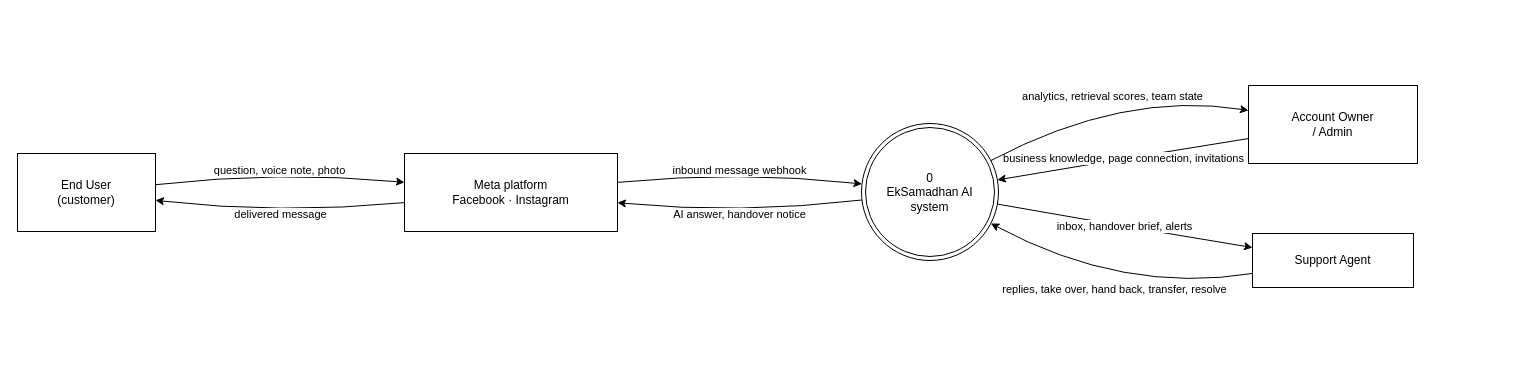
This is docs/system-design/draw.io/workflow-diagram/level-0-data-flow-diagram/level-0-data-flow-diagram.drawio from SayubShakya/eksamadhan-ai, a draw.io file, before an edit. Source tidied: cells renumbered, new cells numbered last; positions are measured from the earlier drawing's top-left corner, leaving out a move shared by most shapes. Both pictures are drawn from the tidied source at 100%, with x=0, y=0 at pixel (17, 85).
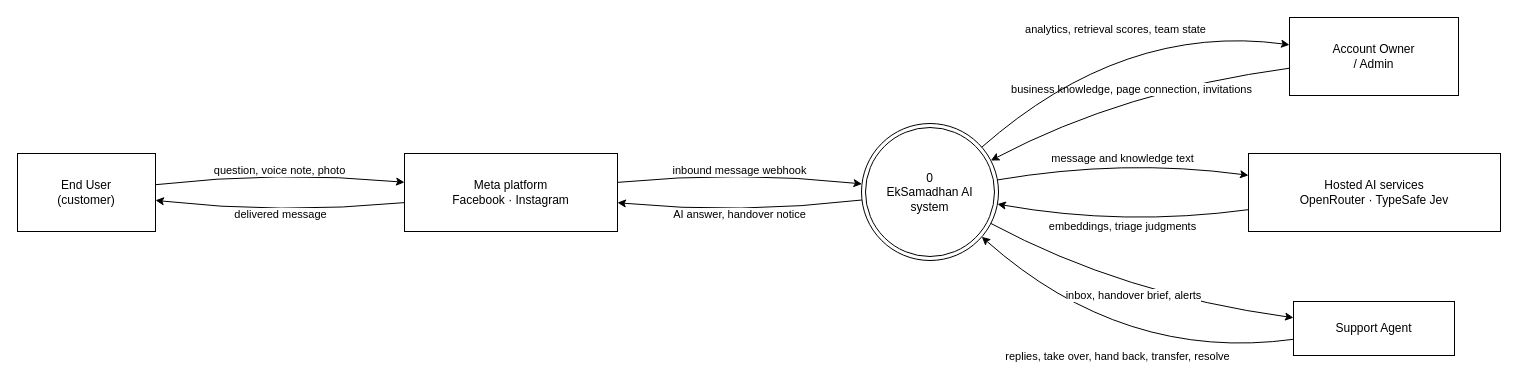
The same page after the edit.

Unchanged cells that the change refers to:
```xml
<mxCell id="6" value="0&lt;br/&gt;EkSamadhan AI&lt;br/&gt;system" style="ellipse;shape=doubleEllipse;whiteSpace=wrap;html=1;" parent="1" vertex="1">
  <mxGeometry x="844" y="38" width="137" height="137" as="geometry" />
</mxCell>
```

Change to the diagram source:
```diff
@@
     <mxCell id="3" value="Support Agent" style="rounded=0;whiteSpace=wrap;html=1;" parent="1" vertex="1">
-      <mxGeometry x="1235" y="148" width="161" height="54" as="geometry" />
+      <mxGeometry x="1276" y="216" width="161" height="54" as="geometry" />
     </mxCell>
     <mxCell id="4" value="Account Owner&lt;br/&gt;/ Admin" style="rounded=0;whiteSpace=wrap;html=1;" parent="1" vertex="1">
-      <mxGeometry x="1231" width="169" height="78" as="geometry" />
+      <mxGeometry x="1272" y="-68" width="169" height="78" as="geometry" />
     </mxCell>
@@
+    <mxCell id="15" value="Hosted AI services&lt;br/&gt;OpenRouter · TypeSafe Jev" style="rounded=0;whiteSpace=wrap;html=1;" parent="1" vertex="1">
+      <mxGeometry x="1231" y="68" width="252" height="78" as="geometry" />
+    </mxCell>
@@
-    <mxCell id="11" value="business knowledge, page connection, invitations" style="edgeStyle=none;curved=1;html=1;exitX=0.00;exitY=0.68;exitDx=0;exitDy=0;entryX=0.99;entryY=0.41;entryDx=0;entryDy=0;labelBackgroundColor=#FFFFFF;fontSize=11;" parent="1" edge="1" source="4" target="6">
+    <mxCell id="11" value="business knowledge, page connection, invitations" style="edgeStyle=none;curved=1;html=1;exitX=0.00;exitY=0.65;exitDx=0;exitDy=0;entryX=0.94;entryY=0.27;entryDx=0;entryDy=0;labelBackgroundColor=#FFFFFF;fontSize=11;" parent="1" edge="1" source="4" target="6">
       <mxGeometry relative="1" as="geometry">
         <Array as="points">
-          <mxPoint x="1106" y="73" />
+          <mxPoint x="1106" y="5" />
         </Array>
       </mxGeometry>
     </mxCell>
-    <mxCell id="12" value="analytics, retrieval scores, team state" style="edgeStyle=none;curved=1;html=1;exitX=0.94;exitY=0.27;exitDx=0;exitDy=0;entryX=0.00;entryY=0.32;entryDx=0;entryDy=0;labelBackgroundColor=#FFFFFF;fontSize=11;" parent="1" edge="1" source="6" target="4">
+    <mxCell id="12" value="analytics, retrieval scores, team state" style="edgeStyle=none;curved=1;html=1;exitX=0.88;exitY=0.17;exitDx=0;exitDy=0;entryX=0.00;entryY=0.35;entryDx=0;entryDy=0;labelBackgroundColor=#FFFFFF;fontSize=11;" parent="1" edge="1" source="6" target="4">
       <mxGeometry relative="1" as="geometry">
         <Array as="points">
-          <mxPoint x="1106" y="5" />
+          <mxPoint x="1106" y="-63" />
         </Array>
       </mxGeometry>
     </mxCell>
-    <mxCell id="13" value="replies, take over, hand back, transfer, resolve" style="edgeStyle=none;curved=1;html=1;exitX=0.00;exitY=0.74;exitDx=0;exitDy=0;entryX=0.94;entryY=0.73;entryDx=0;entryDy=0;labelBackgroundColor=#FFFFFF;fontSize=11;" parent="1" edge="1" source="3" target="6">
+    <mxCell id="13" value="replies, take over, hand back, transfer, resolve" style="edgeStyle=none;curved=1;html=1;exitX=0.00;exitY=0.70;exitDx=0;exitDy=0;entryX=0.88;entryY=0.83;entryDx=0;entryDy=0;labelBackgroundColor=#FFFFFF;fontSize=11;" parent="1" edge="1" source="3" target="6">
       <mxGeometry relative="1" as="geometry">
         <Array as="points">
-          <mxPoint x="1106" y="209" />
+          <mxPoint x="1106" y="277" />
         </Array>
       </mxGeometry>
     </mxCell>
-    <mxCell id="14" value="inbox, handover brief, alerts" style="edgeStyle=none;curved=1;html=1;exitX=0.99;exitY=0.59;exitDx=0;exitDy=0;entryX=0.00;entryY=0.26;entryDx=0;entryDy=0;labelBackgroundColor=#FFFFFF;fontSize=11;" parent="1" edge="1" source="6" target="3">
+    <mxCell id="14" value="message and knowledge text" style="edgeStyle=none;curved=1;html=1;exitX=0.99;exitY=0.41;exitDx=0;exitDy=0;entryX=0.00;entryY=0.28;entryDx=0;entryDy=0;labelBackgroundColor=#FFFFFF;fontSize=11;" parent="1" edge="1" source="6" target="15">
       <mxGeometry relative="1" as="geometry">
         <Array as="points">
-          <mxPoint x="1106" y="141" />
+          <mxPoint x="1106" y="73" />
         </Array>
       </mxGeometry>
     </mxCell>
+    <mxCell id="16" value="embeddings, triage judgments" style="edgeStyle=none;curved=1;html=1;exitX=0.00;exitY=0.72;exitDx=0;exitDy=0;entryX=0.99;entryY=0.59;entryDx=0;entryDy=0;labelBackgroundColor=#FFFFFF;fontSize=11;" parent="1" edge="1" source="15" target="6">
+      <mxGeometry relative="1" as="geometry">
+        <Array as="points">
+          <mxPoint x="1106" y="141" />
+        </Array>
+      </mxGeometry>
+    </mxCell>
+    <mxCell id="17" value="inbox, handover brief, alerts" style="edgeStyle=none;curved=1;html=1;exitX=0.94;exitY=0.73;exitDx=0;exitDy=0;entryX=0.00;entryY=0.30;entryDx=0;entryDy=0;labelBackgroundColor=#FFFFFF;fontSize=11;" parent="1" edge="1" source="6" target="3">
+      <mxGeometry relative="1" as="geometry">
+        <Array as="points">
+          <mxPoint x="1106" y="209" />
+        </Array>
+      </mxGeometry>
+    </mxCell>
```
